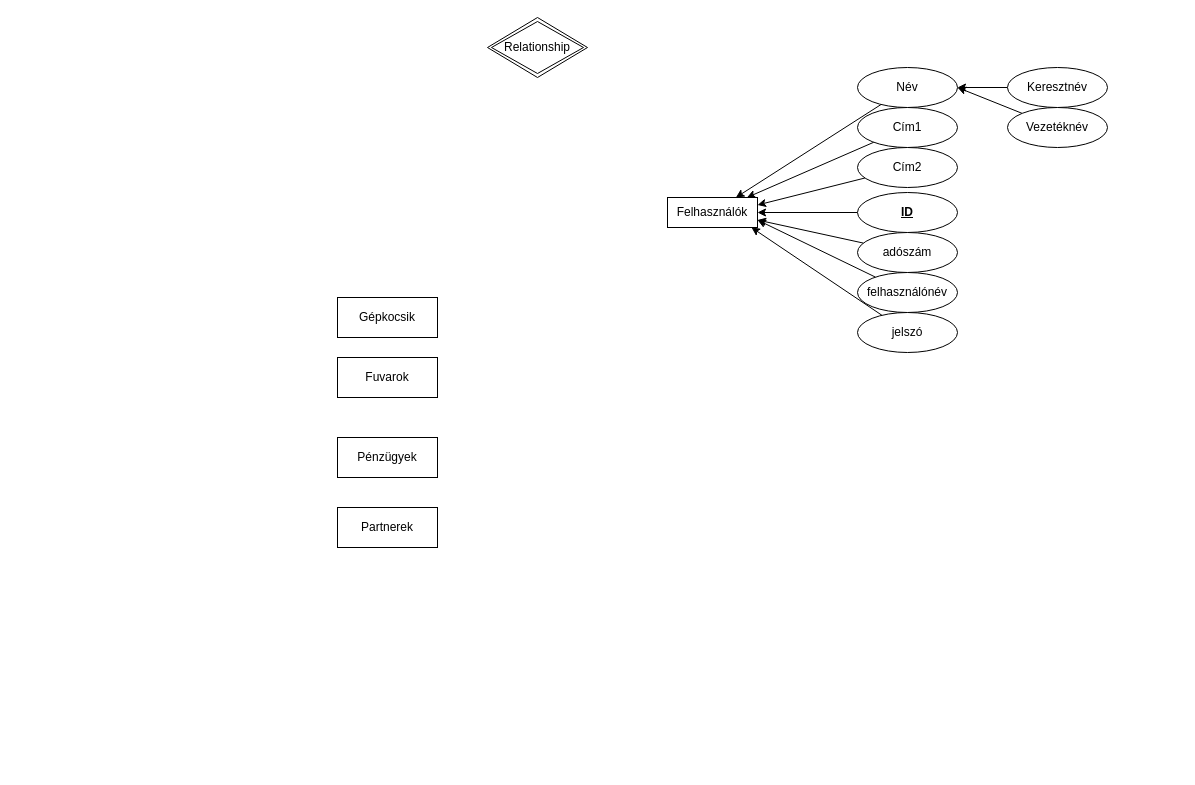
Before: page "Adatbázis kapcsolat" (2 of 2) of Megnevezetlen diagram.drawio in lesliehu/lesliehu.github.io, a draw.io diagram. Source tidied: cells renumbered, new cells numbered last; positions are measured from the earlier drawing's top-left corner, leaving out a move shared by most shapes. Both pictures are drawn from the tidied source at 100%, with x=0, y=0 at pixel (337, 17).
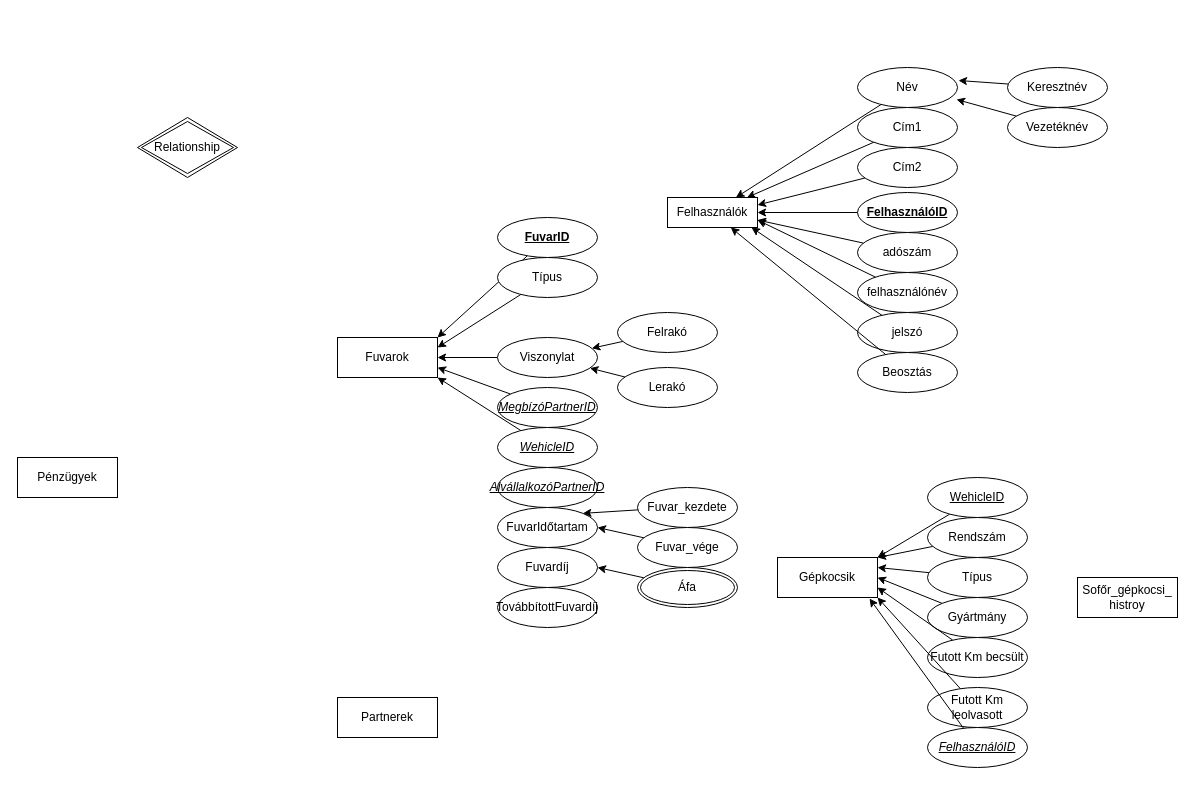
Above is the later version.

The change refers to these unchanged cells:
```xml
<mxCell id="2" value="Felhasználók" style="whiteSpace=wrap;html=1;align=center;" parent="1" vertex="1">
  <mxGeometry x="330" y="180" width="90" height="30" as="geometry" />
</mxCell>
<mxCell id="8" value="Név" style="ellipse;whiteSpace=wrap;html=1;align=center;" parent="1" vertex="1">
  <mxGeometry x="520" y="50" width="100" height="40" as="geometry" />
</mxCell>
<mxCell id="12" value="Keresztnév" style="ellipse;whiteSpace=wrap;html=1;align=center;" parent="1" vertex="1">
  <mxGeometry x="670" y="50" width="100" height="40" as="geometry" />
</mxCell>
<mxCell id="14" value="Vezetéknév" style="ellipse;whiteSpace=wrap;html=1;align=center;" parent="1" vertex="1">
  <mxGeometry x="670" y="90" width="100" height="40" as="geometry" />
</mxCell>
```

The edit, as a diff of the source:
```diff
@@
     <mxCell id="3" value="Gépkocsik" style="whiteSpace=wrap;html=1;align=center;" parent="1" vertex="1">
-      <mxGeometry y="280" width="100" height="40" as="geometry" />
+      <mxGeometry x="440" y="540" width="100" height="40" as="geometry" />
     </mxCell>
     <mxCell id="4" value="Fuvarok" style="whiteSpace=wrap;html=1;align=center;" parent="1" vertex="1">
-      <mxGeometry y="340" width="100" height="40" as="geometry" />
+      <mxGeometry y="320" width="100" height="40" as="geometry" />
     </mxCell>
     <mxCell id="5" value="Partnerek" style="whiteSpace=wrap;html=1;align=center;" parent="1" vertex="1">
-      <mxGeometry y="490" width="100" height="40" as="geometry" />
+      <mxGeometry y="680" width="100" height="40" as="geometry" />
     </mxCell>
     <mxCell id="6" value="Pénzügyek" style="whiteSpace=wrap;html=1;align=center;" parent="1" vertex="1">
-      <mxGeometry y="420" width="100" height="40" as="geometry" />
+      <mxGeometry x="-320" y="440" width="100" height="40" as="geometry" />
     </mxCell>
@@
-    <mxCell id="11" style="edgeStyle=none;rounded=0;jettySize=auto;html=1;entryX=1;entryY=0.5;entryDx=0;entryDy=0;strokeColor=default;" parent="1" edge="1" source="12" target="8">
+    <mxCell id="11" style="edgeStyle=none;rounded=0;jettySize=auto;html=1;entryX=1.01;entryY=0.325;entryDx=0;entryDy=0;entryPerimeter=0;strokeColor=default;" parent="1" edge="1" source="12" target="8">
       <mxGeometry relative="1" as="geometry" />
     </mxCell>
@@
-    <mxCell id="13" style="edgeStyle=none;rounded=0;jettySize=auto;html=1;entryX=1;entryY=0.5;entryDx=0;entryDy=0;strokeColor=default;" parent="1" edge="1" source="14" target="8">
+    <mxCell id="13" style="edgeStyle=none;rounded=0;jettySize=auto;html=1;entryX=0.99;entryY=0.8;entryDx=0;entryDy=0;entryPerimeter=0;strokeColor=default;" parent="1" edge="1" source="14" target="8">
       <mxGeometry relative="1" as="geometry" />
     </mxCell>
@@
-    <mxCell id="24" value="&lt;b&gt;&lt;u&gt;ID&lt;/u&gt;&lt;/b&gt;" style="ellipse;whiteSpace=wrap;html=1;align=center;" parent="1" vertex="1">
+    <mxCell id="24" value="&lt;b&gt;&lt;u&gt;FelhasználóID&lt;/u&gt;&lt;/b&gt;" style="ellipse;whiteSpace=wrap;html=1;align=center;" parent="1" vertex="1">
       <mxGeometry x="520" y="175" width="100" height="40" as="geometry" />
     </mxCell>
     <mxCell id="25" value="Relationship" style="shape=rhombus;double=1;perimeter=rhombusPerimeter;whiteSpace=wrap;html=1;align=center;" parent="1" vertex="1">
-      <mxGeometry x="150" width="100" height="60" as="geometry" />
+      <mxGeometry x="-200" y="100" width="100" height="60" as="geometry" />
     </mxCell>
+    <mxCell id="26" style="edgeStyle=none;rounded=0;jettySize=auto;html=1;strokeColor=default;" parent="1" edge="1" source="27" target="2">
+      <mxGeometry relative="1" as="geometry" />
+    </mxCell>
+    <mxCell id="27" value="Beosztás" style="ellipse;whiteSpace=wrap;html=1;align=center;" parent="1" vertex="1">
+      <mxGeometry x="520" y="335" width="100" height="40" as="geometry" />
+    </mxCell>
+    <mxCell id="28" style="edgeStyle=none;rounded=0;jettySize=auto;html=1;entryX=1;entryY=0;entryDx=0;entryDy=0;strokeColor=default;" parent="1" edge="1" source="29" target="3">
+      <mxGeometry relative="1" as="geometry" />
+    </mxCell>
+    <mxCell id="29" value="&lt;u&gt;WehicleID&lt;/u&gt;" style="ellipse;whiteSpace=wrap;html=1;align=center;" parent="1" vertex="1">
+      <mxGeometry x="590" y="460" width="100" height="40" as="geometry" />
+    </mxCell>
+    <mxCell id="30" style="edgeStyle=none;rounded=0;jettySize=auto;html=1;entryX=1;entryY=0;entryDx=0;entryDy=0;strokeColor=default;" parent="1" edge="1" source="31" target="3">
+      <mxGeometry relative="1" as="geometry" />
+    </mxCell>
+    <mxCell id="31" value="Rendszám" style="ellipse;whiteSpace=wrap;html=1;align=center;" parent="1" vertex="1">
+      <mxGeometry x="590" y="500" width="100" height="40" as="geometry" />
+    </mxCell>
+    <mxCell id="32" style="edgeStyle=none;rounded=0;jettySize=auto;html=1;entryX=1;entryY=0.25;entryDx=0;entryDy=0;strokeColor=default;" parent="1" edge="1" source="33" target="3">
+      <mxGeometry relative="1" as="geometry" />
+    </mxCell>
+    <mxCell id="33" value="Típus" style="ellipse;whiteSpace=wrap;html=1;align=center;" parent="1" vertex="1">
+      <mxGeometry x="590" y="540" width="100" height="40" as="geometry" />
+    </mxCell>
+    <mxCell id="34" style="edgeStyle=none;rounded=0;jettySize=auto;html=1;entryX=1;entryY=0.5;entryDx=0;entryDy=0;strokeColor=default;" parent="1" edge="1" source="35" target="3">
+      <mxGeometry relative="1" as="geometry" />
+    </mxCell>
+    <mxCell id="35" value="Gyártmány" style="ellipse;whiteSpace=wrap;html=1;align=center;" parent="1" vertex="1">
+      <mxGeometry x="590" y="580" width="100" height="40" as="geometry" />
+    </mxCell>
+    <mxCell id="36" style="edgeStyle=none;rounded=0;jettySize=auto;html=1;entryX=1;entryY=0.75;entryDx=0;entryDy=0;strokeColor=default;" parent="1" edge="1" source="37" target="3">
+      <mxGeometry relative="1" as="geometry" />
+    </mxCell>
+    <mxCell id="37" value="Futott Km becsült" style="ellipse;whiteSpace=wrap;html=1;align=center;" parent="1" vertex="1">
+      <mxGeometry x="590" y="620" width="100" height="40" as="geometry" />
+    </mxCell>
+    <mxCell id="38" style="edgeStyle=none;rounded=0;jettySize=auto;html=1;entryX=1;entryY=1;entryDx=0;entryDy=0;strokeColor=default;" parent="1" edge="1" source="39" target="3">
+      <mxGeometry relative="1" as="geometry" />
+    </mxCell>
+    <mxCell id="39" value="Futott Km leolvasott" style="ellipse;whiteSpace=wrap;html=1;align=center;" parent="1" vertex="1">
+      <mxGeometry x="590" y="670" width="100" height="40" as="geometry" />
+    </mxCell>
+    <mxCell id="40" value="Sofőr_gépkocsi_&lt;br&gt;histroy" style="whiteSpace=wrap;html=1;align=center;" parent="1" vertex="1">
+      <mxGeometry x="740" y="560" width="100" height="40" as="geometry" />
+    </mxCell>
+    <mxCell id="41" style="edgeStyle=none;rounded=0;jettySize=auto;html=1;entryX=0.92;entryY=1.025;entryDx=0;entryDy=0;entryPerimeter=0;strokeColor=default;" parent="1" edge="1" source="42" target="3">
+      <mxGeometry relative="1" as="geometry" />
+    </mxCell>
+    <mxCell id="42" value="&lt;i&gt;&lt;u&gt;FelhasználóID&lt;/u&gt;&lt;/i&gt;" style="ellipse;whiteSpace=wrap;html=1;align=center;" parent="1" vertex="1">
+      <mxGeometry x="590" y="710" width="100" height="40" as="geometry" />
+    </mxCell>
+    <mxCell id="43" style="edgeStyle=none;rounded=0;jettySize=auto;html=1;entryX=1;entryY=0.5;entryDx=0;entryDy=0;strokeColor=default;" parent="1" edge="1" source="44" target="4">
+      <mxGeometry relative="1" as="geometry" />
+    </mxCell>
+    <mxCell id="44" value="Viszonylat" style="ellipse;whiteSpace=wrap;html=1;align=center;" parent="1" vertex="1">
+      <mxGeometry x="160" y="320" width="100" height="40" as="geometry" />
+    </mxCell>
+    <mxCell id="45" style="edgeStyle=none;rounded=0;jettySize=auto;html=1;entryX=1;entryY=0;entryDx=0;entryDy=0;strokeColor=default;" parent="1" edge="1" source="46" target="4">
+      <mxGeometry relative="1" as="geometry" />
+    </mxCell>
+    <mxCell id="46" value="&lt;b&gt;&lt;u&gt;FuvarID&lt;/u&gt;&lt;/b&gt;" style="ellipse;whiteSpace=wrap;html=1;align=center;" parent="1" vertex="1">
+      <mxGeometry x="160" y="200" width="100" height="40" as="geometry" />
+    </mxCell>
+    <mxCell id="47" style="edgeStyle=none;rounded=0;jettySize=auto;html=1;strokeColor=default;" parent="1" edge="1" source="48" target="44">
+      <mxGeometry relative="1" as="geometry" />
+    </mxCell>
+    <mxCell id="48" value="Felrakó" style="ellipse;whiteSpace=wrap;html=1;align=center;" parent="1" vertex="1">
+      <mxGeometry x="280" y="295" width="100" height="40" as="geometry" />
+    </mxCell>
+    <mxCell id="49" style="edgeStyle=none;rounded=0;jettySize=auto;html=1;strokeColor=default;" parent="1" edge="1" source="50" target="44">
+      <mxGeometry relative="1" as="geometry" />
+    </mxCell>
+    <mxCell id="50" value="Lerakó" style="ellipse;whiteSpace=wrap;html=1;align=center;" parent="1" vertex="1">
+      <mxGeometry x="280" y="350" width="100" height="40" as="geometry" />
+    </mxCell>
+    <mxCell id="51" style="edgeStyle=none;rounded=0;jettySize=auto;html=1;entryX=1;entryY=0.75;entryDx=0;entryDy=0;strokeColor=default;" parent="1" edge="1" source="52" target="4">
+      <mxGeometry relative="1" as="geometry" />
+    </mxCell>
+    <mxCell id="52" value="&lt;u&gt;&lt;i&gt;MegbízóPartnerID&lt;/i&gt;&lt;/u&gt;" style="ellipse;whiteSpace=wrap;html=1;align=center;" parent="1" vertex="1">
+      <mxGeometry x="160" y="370" width="100" height="40" as="geometry" />
+    </mxCell>
+    <mxCell id="53" style="edgeStyle=none;rounded=0;jettySize=auto;html=1;entryX=1;entryY=1;entryDx=0;entryDy=0;strokeColor=default;" parent="1" edge="1" source="54" target="4">
+      <mxGeometry relative="1" as="geometry" />
+    </mxCell>
+    <mxCell id="54" value="&lt;u&gt;&lt;i&gt;WehicleID&lt;/i&gt;&lt;/u&gt;" style="ellipse;whiteSpace=wrap;html=1;align=center;" parent="1" vertex="1">
+      <mxGeometry x="160" y="410" width="100" height="40" as="geometry" />
+    </mxCell>
+    <mxCell id="55" value="&lt;u&gt;&lt;i&gt;AlvállalkozóPartnerID&lt;/i&gt;&lt;/u&gt;" style="ellipse;whiteSpace=wrap;html=1;align=center;" parent="1" vertex="1">
+      <mxGeometry x="160" y="450" width="100" height="40" as="geometry" />
+    </mxCell>
+    <mxCell id="56" style="edgeStyle=none;rounded=0;jettySize=auto;html=1;entryX=1;entryY=0;entryDx=0;entryDy=0;strokeColor=default;" parent="1" edge="1" source="57" target="60">
+      <mxGeometry relative="1" as="geometry" />
+    </mxCell>
+    <mxCell id="57" value="Fuvar_kezdete" style="ellipse;whiteSpace=wrap;html=1;align=center;" parent="1" vertex="1">
+      <mxGeometry x="300" y="470" width="100" height="40" as="geometry" />
+    </mxCell>
+    <mxCell id="58" style="edgeStyle=none;rounded=0;jettySize=auto;html=1;entryX=1;entryY=0.5;entryDx=0;entryDy=0;strokeColor=default;" parent="1" edge="1" source="59" target="60">
+      <mxGeometry relative="1" as="geometry" />
+    </mxCell>
+    <mxCell id="59" value="Fuvar_vége" style="ellipse;whiteSpace=wrap;html=1;align=center;" parent="1" vertex="1">
+      <mxGeometry x="300" y="510" width="100" height="40" as="geometry" />
+    </mxCell>
+    <mxCell id="60" value="FuvarIdőtartam" style="ellipse;whiteSpace=wrap;html=1;align=center;" parent="1" vertex="1">
+      <mxGeometry x="160" y="490" width="100" height="40" as="geometry" />
+    </mxCell>
+    <mxCell id="61" value="Fuvardíj" style="ellipse;whiteSpace=wrap;html=1;align=center;" parent="1" vertex="1">
+      <mxGeometry x="160" y="530" width="100" height="40" as="geometry" />
+    </mxCell>
+    <mxCell id="62" value="TovábbítottFuvardíj" style="ellipse;whiteSpace=wrap;html=1;align=center;" parent="1" vertex="1">
+      <mxGeometry x="160" y="570" width="100" height="40" as="geometry" />
+    </mxCell>
+    <mxCell id="63" style="edgeStyle=none;rounded=0;jettySize=auto;html=1;entryX=1;entryY=0.5;entryDx=0;entryDy=0;strokeColor=default;" parent="1" edge="1" source="64" target="61">
+      <mxGeometry relative="1" as="geometry" />
+    </mxCell>
+    <mxCell id="64" value="Áfa" style="ellipse;shape=doubleEllipse;margin=3;whiteSpace=wrap;html=1;align=center;" parent="1" vertex="1">
+      <mxGeometry x="300" y="550" width="100" height="40" as="geometry" />
+    </mxCell>
+    <mxCell id="65" style="edgeStyle=none;rounded=0;jettySize=auto;html=1;entryX=1;entryY=0.25;entryDx=0;entryDy=0;strokeColor=default;" parent="1" edge="1" source="66" target="4">
+      <mxGeometry relative="1" as="geometry" />
+    </mxCell>
+    <mxCell id="66" value="Típus" style="ellipse;whiteSpace=wrap;html=1;align=center;" parent="1" vertex="1">
+      <mxGeometry x="160" y="240" width="100" height="40" as="geometry" />
+    </mxCell>
```
